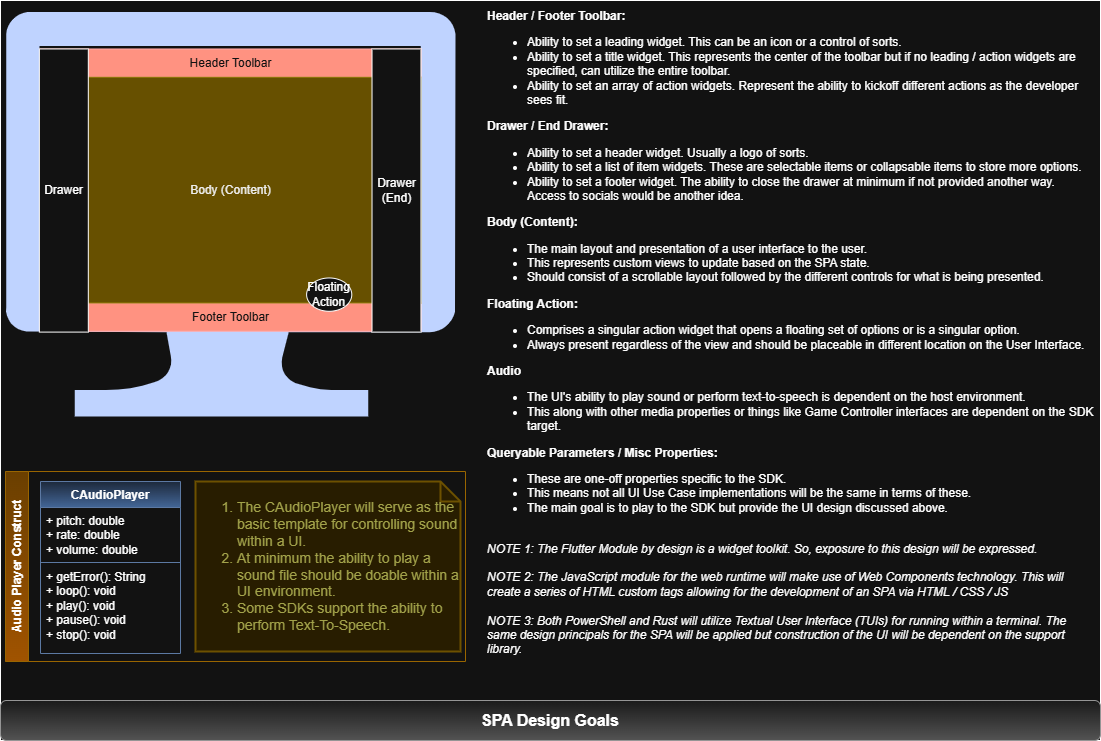
This is mdbook/src/models/spa-design-goals.drawio.png from CodeMelted/codemelted.rs, a draw.io export, as it was before one commit. Source tidied: cells renumbered, new cells last; positions are measured from the earlier drawing's top-left corner, leaving out a move shared by most shapes.
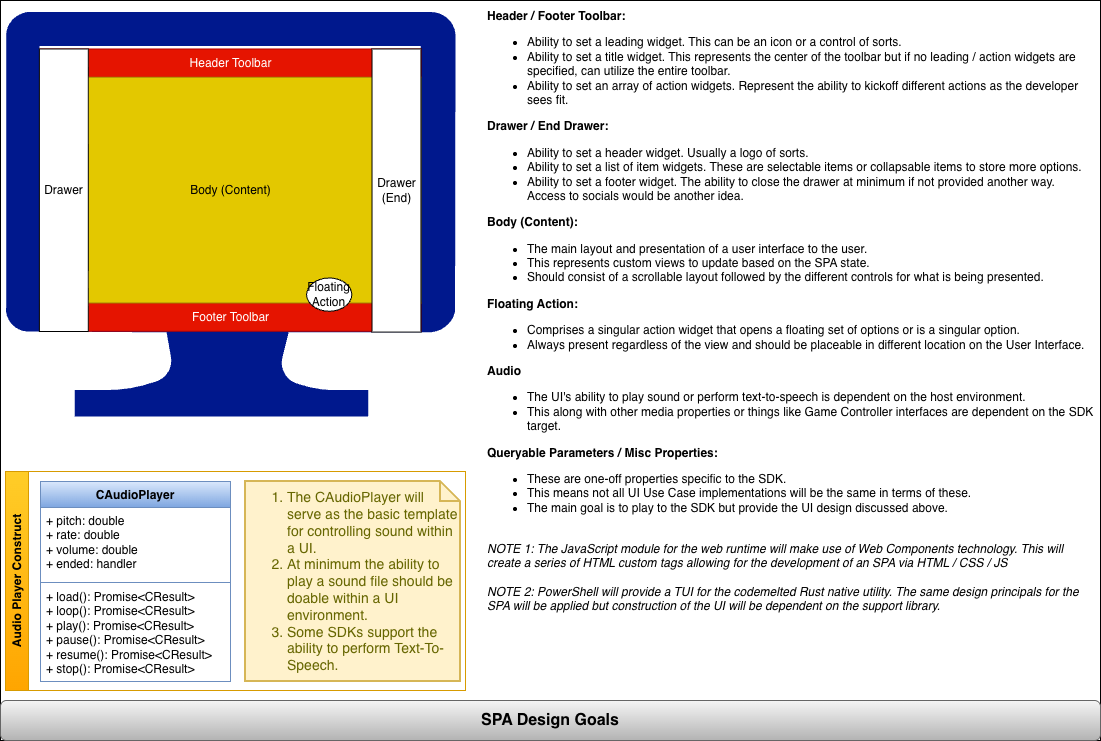
After the change.

The edit, as a diff of the source:
```diff
@@ -5,8 +5,8 @@
     <mxCell id="2" style="rounded=0;whiteSpace=wrap;html=1;" parent="1" vertex="1">
       <mxGeometry width="1100" height="740" as="geometry" />
     </mxCell>
-    <mxCell id="3" value="&lt;b&gt;Header / Footer Toolbar:&lt;/b&gt;&lt;div&gt;&lt;ul&gt;&lt;li&gt;Ability to set a leading widget. This can be an icon or a control of sorts.&lt;/li&gt;&lt;li&gt;Ability to set a title widget. This represents the center of the toolbar but if no leading / action widgets are specified, can utilize the entire toolbar.&lt;/li&gt;&lt;li&gt;Ability to set an array of action widgets. Represent the ability to kickoff different actions as the developer sees fit.&lt;/li&gt;&lt;/ul&gt;&lt;div&gt;&lt;b&gt;Drawer / End Drawer:&lt;/b&gt;&lt;/div&gt;&lt;/div&gt;&lt;div&gt;&lt;ul&gt;&lt;li&gt;Ability to set a header widget. Usually a logo of sorts.&lt;/li&gt;&lt;li&gt;Ability to set a list of item widgets. These are selectable items or collapsable items to store more options.&lt;/li&gt;&lt;li&gt;Ability to set a footer widget. The ability to close the drawer at minimum if not provided another way. Access to socials would be another idea.&lt;/li&gt;&lt;/ul&gt;&lt;div&gt;&lt;b&gt;Body (Content):&lt;/b&gt;&lt;/div&gt;&lt;/div&gt;&lt;div&gt;&lt;ul&gt;&lt;li&gt;The main layout and presentation of a user interface to the user.&lt;/li&gt;&lt;li&gt;This represents custom views to update based on the SPA state.&lt;/li&gt;&lt;li&gt;Should consist of a scrollable layout followed by the different controls for what is being presented.&lt;/li&gt;&lt;/ul&gt;&lt;div&gt;&lt;b&gt;Floating Action:&lt;/b&gt;&lt;/div&gt;&lt;/div&gt;&lt;div&gt;&lt;ul&gt;&lt;li&gt;Comprises a singular action widget that opens a floating set of options or is a singular option.&lt;/li&gt;&lt;li&gt;Always present regardless of the view and should be placeable in different location on the User Interface.&lt;/li&gt;&lt;/ul&gt;&lt;div&gt;&lt;b style=&quot;&quot;&gt;Audio&lt;/b&gt;&lt;/div&gt;&lt;div&gt;&lt;ul&gt;&lt;li&gt;The UI's ability to play sound or perform text-to-speech is dependent on the host environment.&lt;/li&gt;&lt;li&gt;This along with other media properties or things like Game Controller interfaces are dependent on the SDK target.&lt;/li&gt;&lt;/ul&gt;&lt;div&gt;&lt;b&gt;Queryable Parameters / Misc Properties:&lt;/b&gt;&lt;/div&gt;&lt;/div&gt;&lt;div&gt;&lt;ul&gt;&lt;li&gt;These are one-off properties specific to the SDK.&lt;/li&gt;&lt;li&gt;This means not all UI Use Case implementations will be the same in terms of these.&lt;/li&gt;&lt;li&gt;The main goal is to play to the SDK but provide the UI design discussed above.&lt;/li&gt;&lt;/ul&gt;&lt;/div&gt;&lt;div&gt;&lt;i&gt;&lt;br&gt;&lt;/i&gt;&lt;/div&gt;&lt;div&gt;&lt;i&gt;NOTE 1: The Flutter Module by design is a widget toolkit. So, exposure to this design will be expressed.&lt;/i&gt;&lt;/div&gt;&lt;/div&gt;&lt;div&gt;&lt;i&gt;&lt;br&gt;&lt;/i&gt;&lt;/div&gt;&lt;div&gt;&lt;i&gt;NOTE 2: The JavaScript module for the web runtime will make use of Web Components technology. This will create a series of HTML custom tags allowing for the development of an SPA via HTML / CSS / JS&lt;/i&gt;&lt;/div&gt;&lt;div&gt;&lt;i&gt;&lt;br&gt;&lt;/i&gt;&lt;/div&gt;&lt;div&gt;&lt;i&gt;NOTE 3: Both PowerShell and Rust will utilize Textual User Interface (TUIs) for running within a terminal. The same design principals for the SPA will be applied but construction of the UI will be dependent on the support library.&lt;/i&gt;&lt;/div&gt;" style="text;html=1;align=left;verticalAlign=top;whiteSpace=wrap;rounded=0;" parent="1" vertex="1">
-      <mxGeometry x="485" y="2" width="610" height="660" as="geometry" />
+    <mxCell id="3" value="&lt;b&gt;Header / Footer Toolbar:&lt;/b&gt;&lt;div&gt;&lt;ul&gt;&lt;li&gt;Ability to set a leading widget. This can be an icon or a control of sorts.&lt;/li&gt;&lt;li&gt;Ability to set a title widget. This represents the center of the toolbar but if no leading / action widgets are specified, can utilize the entire toolbar.&lt;/li&gt;&lt;li&gt;Ability to set an array of action widgets. Represent the ability to kickoff different actions as the developer sees fit.&lt;/li&gt;&lt;/ul&gt;&lt;div&gt;&lt;b&gt;Drawer / End Drawer:&lt;/b&gt;&lt;/div&gt;&lt;/div&gt;&lt;div&gt;&lt;ul&gt;&lt;li&gt;Ability to set a header widget. Usually a logo of sorts.&lt;/li&gt;&lt;li&gt;Ability to set a list of item widgets. These are selectable items or collapsable items to store more options.&lt;/li&gt;&lt;li&gt;Ability to set a footer widget. The ability to close the drawer at minimum if not provided another way. Access to socials would be another idea.&lt;/li&gt;&lt;/ul&gt;&lt;div&gt;&lt;b&gt;Body (Content):&lt;/b&gt;&lt;/div&gt;&lt;/div&gt;&lt;div&gt;&lt;ul&gt;&lt;li&gt;The main layout and presentation of a user interface to the user.&lt;/li&gt;&lt;li&gt;This represents custom views to update based on the SPA state.&lt;/li&gt;&lt;li&gt;Should consist of a scrollable layout followed by the different controls for what is being presented.&lt;/li&gt;&lt;/ul&gt;&lt;div&gt;&lt;b&gt;Floating Action:&lt;/b&gt;&lt;/div&gt;&lt;/div&gt;&lt;div&gt;&lt;ul&gt;&lt;li&gt;Comprises a singular action widget that opens a floating set of options or is a singular option.&lt;/li&gt;&lt;li&gt;Always present regardless of the view and should be placeable in different location on the User Interface.&lt;/li&gt;&lt;/ul&gt;&lt;div&gt;&lt;b style=&quot;&quot;&gt;Audio&lt;/b&gt;&lt;/div&gt;&lt;div&gt;&lt;ul&gt;&lt;li&gt;The UI's ability to play sound or perform text-to-speech is dependent on the host environment.&lt;/li&gt;&lt;li&gt;This along with other media properties or things like Game Controller interfaces are dependent on the SDK target.&lt;/li&gt;&lt;/ul&gt;&lt;div&gt;&lt;b&gt;Queryable Parameters / Misc Properties:&lt;/b&gt;&lt;/div&gt;&lt;/div&gt;&lt;div&gt;&lt;ul&gt;&lt;li&gt;These are one-off properties specific to the SDK.&lt;/li&gt;&lt;li&gt;This means not all UI Use Case implementations will be the same in terms of these.&lt;/li&gt;&lt;li&gt;The main goal is to play to the SDK but provide the UI design discussed above.&lt;/li&gt;&lt;/ul&gt;&lt;/div&gt;&lt;div&gt;&lt;i&gt;&lt;br&gt;&lt;/i&gt;&lt;/div&gt;&lt;div&gt;&lt;i style=&quot;background-color: transparent; color: light-dark(rgb(0, 0, 0), rgb(255, 255, 255));&quot;&gt;NOTE 1: The JavaScript module for the web runtime will make use of Web Components technology. This will create a series of HTML custom tags allowing for the development of an SPA via HTML / CSS / JS&lt;/i&gt;&lt;/div&gt;&lt;/div&gt;&lt;div&gt;&lt;i&gt;&lt;br&gt;&lt;/i&gt;&lt;/div&gt;&lt;div&gt;&lt;i&gt;NOTE 2: PowerShell will provide a TUI for the codemelted Rust native utility. The same design principals for the SPA will be applied but construction of the UI will be dependent on the support library.&lt;/i&gt;&lt;/div&gt;" style="text;html=1;align=left;verticalAlign=top;whiteSpace=wrap;rounded=0;" parent="1" vertex="1">
+      <mxGeometry x="485" y="2" width="610" height="678" as="geometry" />
     </mxCell>
     <mxCell id="4" style="group;" parent="1" vertex="1">
       <mxGeometry x="5" y="11" width="450" height="448" as="geometry" />
@@ -24,7 +24,7 @@
       <mxGeometry x="34.5" y="65.8" width="380.9" height="225.7" as="geometry" />
     </mxCell>
     <mxCell id="9" value="Drawer" style="rounded=0;whiteSpace=wrap;html=1;" parent="4" vertex="1">
-      <mxGeometry x="33.9" y="37.5" width="48.9" height="283.1" as="geometry" />
+      <mxGeometry x="33.9" y="37.5" width="48.9" height="282.5" as="geometry" />
     </mxCell>
     <mxCell id="10" value="Drawer (End)" style="rounded=0;whiteSpace=wrap;html=1;" parent="4" vertex="1">
       <mxGeometry x="366.5" y="37.5" width="48.9" height="283.1" as="geometry" />
@@ -33,22 +33,22 @@
       <mxGeometry x="301.1" y="266.5" width="45.2" height="33.3" as="geometry" />
     </mxCell>
     <mxCell id="12" value="Audio Player Construct" style="swimlane;horizontal=0;whiteSpace=wrap;html=1;fillColor=#ffcd28;gradientColor=#ffa500;strokeColor=#d79b00;" parent="1" vertex="1">
-      <mxGeometry x="5" y="471" width="460" height="190" as="geometry" />
+      <mxGeometry x="5" y="471" width="460" height="219" as="geometry" />
     </mxCell>
     <mxCell id="13" value="&lt;ol&gt;&lt;li&gt;The CAudioPlayer will serve as the basic template for controlling sound within a UI.&lt;/li&gt;&lt;li&gt;At minimum the ability to play a sound file should be doable within a UI environment.&lt;/li&gt;&lt;li&gt;Some SDKs support the ability to perform Text-To-Speech.&lt;/li&gt;&lt;/ol&gt;" style="shape=note;strokeWidth=2;fontSize=14;size=20;whiteSpace=wrap;html=1;fillColor=#fff2cc;strokeColor=#d6b656;fontColor=#666600;align=left;" parent="12" vertex="1">
-      <mxGeometry x="190" y="10" width="265" height="170" as="geometry" />
+      <mxGeometry x="240" y="10" width="215" height="200" as="geometry" />
     </mxCell>
     <mxCell id="14" value="&lt;div&gt;&lt;span style=&quot;background-color: transparent; color: light-dark(rgb(0, 0, 0), rgb(255, 255, 255));&quot;&gt;CAudioPlayer&lt;/span&gt;&lt;/div&gt;" style="swimlane;fontStyle=1;align=center;verticalAlign=top;horizontal=1;startSize=26;whiteSpace=wrap;html=1;fillColor=#dae8fc;gradientColor=#7ea6e0;strokeColor=#6c8ebf;" parent="12" vertex="1">
-      <mxGeometry x="35" y="10" width="140" height="172" as="geometry" />
+      <mxGeometry x="35" y="10" width="190" height="200" as="geometry" />
     </mxCell>
-    <mxCell id="15" value="&lt;div&gt;&lt;span style=&quot;background-color: transparent; color: light-dark(rgb(0, 0, 0), rgb(255, 255, 255));&quot;&gt;+ pitch: double&lt;/span&gt;&lt;/div&gt;&lt;div&gt;+ rate: double&lt;/div&gt;&lt;div&gt;+ volume: double&lt;/div&gt;" style="text;strokeColor=none;fillColor=none;align=left;verticalAlign=top;spacingLeft=4;spacingRight=4;overflow=hidden;whiteSpace=wrap;html=1;" parent="14" vertex="1">
-      <mxGeometry y="26" width="140" height="54" as="geometry" />
+    <mxCell id="15" value="&lt;div&gt;&lt;span style=&quot;background-color: transparent; color: light-dark(rgb(0, 0, 0), rgb(255, 255, 255));&quot;&gt;+ pitch: double&lt;/span&gt;&lt;/div&gt;&lt;div&gt;+ rate: double&lt;/div&gt;&lt;div&gt;+ volume: double&lt;/div&gt;&lt;div&gt;+ ended: handler&lt;/div&gt;" style="text;strokeColor=none;fillColor=none;align=left;verticalAlign=top;spacingLeft=4;spacingRight=4;overflow=hidden;whiteSpace=wrap;html=1;" parent="14" vertex="1">
+      <mxGeometry y="26" width="190" height="74" as="geometry" />
     </mxCell>
     <mxCell id="16" style="line;strokeWidth=1;fillColor=none;align=left;verticalAlign=middle;spacingTop=-1;spacingLeft=3;spacingRight=3;labelPosition=right;strokeColor=inherit;" parent="14" vertex="1">
-      <mxGeometry y="80" width="140" height="2" as="geometry" />
+      <mxGeometry y="100" width="190" height="2" as="geometry" />
     </mxCell>
-    <mxCell id="17" value="&lt;div&gt;+ getError(): String&lt;/div&gt;&lt;div&gt;+ loop(): void&lt;/div&gt;+ play(): void&lt;div&gt;+ pause(): void&lt;/div&gt;&lt;div&gt;+ stop(): void&lt;/div&gt;&lt;div&gt;&lt;br&gt;&lt;/div&gt;&lt;div&gt;&lt;br&gt;&lt;/div&gt;" style="text;strokeColor=none;fillColor=none;align=left;verticalAlign=top;spacingLeft=4;spacingRight=4;overflow=hidden;whiteSpace=wrap;html=1;" parent="14" vertex="1">
-      <mxGeometry y="82" width="140" height="90" as="geometry" />
+    <mxCell id="17" value="&lt;div&gt;&lt;span style=&quot;background-color: transparent; color: light-dark(rgb(0, 0, 0), rgb(255, 255, 255));&quot;&gt;+ load(): Promise&amp;lt;CResult&amp;gt;&lt;/span&gt;&lt;/div&gt;&lt;div&gt;&lt;span style=&quot;background-color: transparent; color: light-dark(rgb(0, 0, 0), rgb(255, 255, 255));&quot;&gt;+ loop(): Promise&amp;lt;CResult&amp;gt;&lt;/span&gt;&lt;/div&gt;+ play(): Promise&amp;lt;CResult&amp;gt;&lt;div&gt;+ pause(): Promise&amp;lt;CResult&amp;gt;&lt;/div&gt;&lt;div&gt;+ resume(): Promise&amp;lt;CResult&amp;gt;&lt;/div&gt;&lt;div&gt;+ stop(): Promise&amp;lt;CResult&amp;gt;&lt;/div&gt;" style="text;strokeColor=none;fillColor=none;align=left;verticalAlign=top;spacingLeft=4;spacingRight=4;overflow=hidden;whiteSpace=wrap;html=1;" parent="14" vertex="1">
+      <mxGeometry y="102" width="190" height="98" as="geometry" />
     </mxCell>
     <mxCell id="18" value="SPA Design Goals" style="rounded=1;whiteSpace=wrap;html=1;fillColor=#f5f5f5;strokeColor=#666666;gradientColor=#b3b3b3;fontStyle=1;fontSize=16;" parent="1" vertex="1">
       <mxGeometry y="700" width="1100" height="40" as="geometry" />
```
